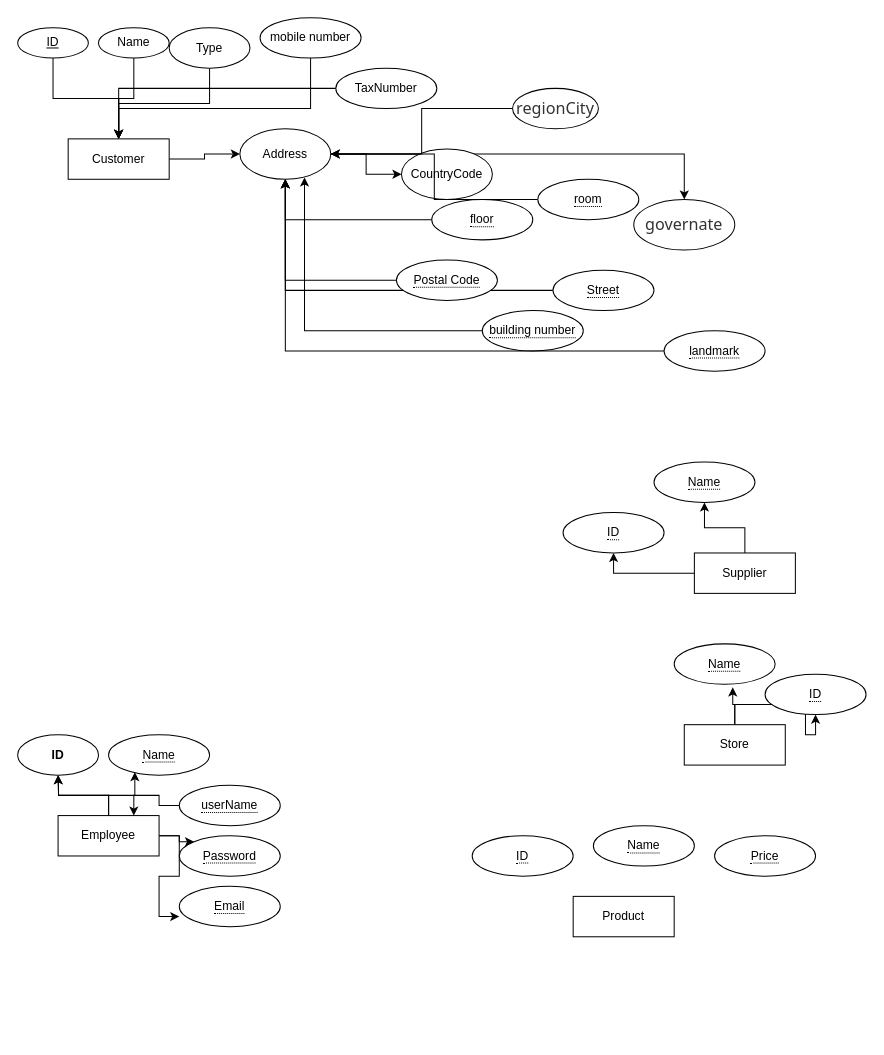
Above: Untitled Diagram.drawio in mohamed351/AlphaERP (draw.io), before the change. Source tidied: cells renumbered, new cells numbered last; positions are measured from the earlier drawing's top-left corner, leaving out a move shared by most shapes. Both pictures are drawn from the tidied source at 101%, with x=0, y=0 at pixel (17, 17).
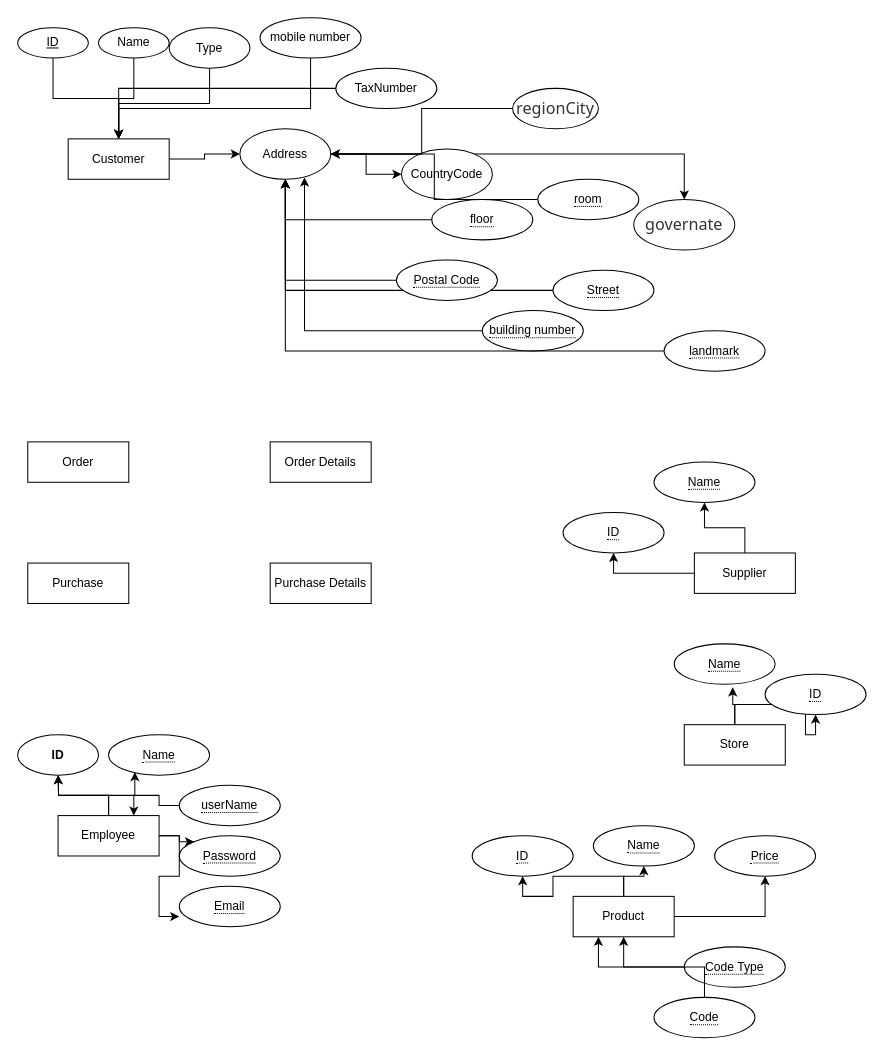
The same page after the edit.

The change refers to these unchanged cells:
```xml
<mxCell id="55" value="Product" style="whiteSpace=wrap;html=1;align=center;strokeColor=default;" parent="1" vertex="1">
  <mxGeometry x="550" y="870" width="100" height="40" as="geometry" />
</mxCell>
<mxCell id="56" value="&lt;span style=&quot;border-bottom: 1px dotted&quot;&gt;ID&lt;/span&gt;" style="ellipse;whiteSpace=wrap;html=1;align=center;strokeColor=default;" parent="1" vertex="1">
  <mxGeometry x="450" y="810" width="100" height="40" as="geometry" />
</mxCell>
<mxCell id="57" value="&lt;span style=&quot;border-bottom: 1px dotted&quot;&gt;Name&lt;/span&gt;" style="ellipse;whiteSpace=wrap;html=1;align=center;strokeColor=default;" parent="1" vertex="1">
  <mxGeometry x="570" y="800" width="100" height="40" as="geometry" />
</mxCell>
<mxCell id="58" value="&lt;span style=&quot;border-bottom: 1px dotted&quot;&gt;Price&lt;/span&gt;" style="ellipse;whiteSpace=wrap;html=1;align=center;strokeColor=default;" parent="1" vertex="1">
  <mxGeometry x="690" y="810" width="100" height="40" as="geometry" />
</mxCell>
```

Change to the diagram source:
```diff
@@
+    <mxCell id="59" style="edgeStyle=orthogonalEdgeStyle;rounded=0;jettySize=auto;html=1;entryX=0.5;entryY=1;entryDx=0;entryDy=0;" parent="1" edge="1" source="55" target="56">
+      <mxGeometry relative="1" as="geometry" />
+    </mxCell>
+    <mxCell id="60" style="edgeStyle=orthogonalEdgeStyle;rounded=0;jettySize=auto;html=1;entryX=0.5;entryY=1;entryDx=0;entryDy=0;" parent="1" edge="1" source="55" target="57">
+      <mxGeometry relative="1" as="geometry" />
+    </mxCell>
+    <mxCell id="61" style="edgeStyle=orthogonalEdgeStyle;rounded=0;jettySize=auto;html=1;entryX=0.5;entryY=1;entryDx=0;entryDy=0;" parent="1" edge="1" source="55" target="58">
+      <mxGeometry relative="1" as="geometry" />
+    </mxCell>
@@
+    <mxCell id="62" style="edgeStyle=orthogonalEdgeStyle;rounded=0;jettySize=auto;html=1;entryX=0.5;entryY=1;entryDx=0;entryDy=0;" parent="1" edge="1" source="63" target="55">
+      <mxGeometry relative="1" as="geometry" />
+    </mxCell>
+    <mxCell id="63" value="&lt;span style=&quot;border-bottom: 1px dotted&quot;&gt;Code Type&lt;/span&gt;" style="ellipse;whiteSpace=wrap;html=1;align=center;strokeColor=default;" parent="1" vertex="1">
+      <mxGeometry x="660" y="920" width="100" height="40" as="geometry" />
+    </mxCell>
+    <mxCell id="64" style="edgeStyle=orthogonalEdgeStyle;rounded=0;jettySize=auto;html=1;entryX=0.25;entryY=1;entryDx=0;entryDy=0;" parent="1" edge="1" source="65" target="55">
+      <mxGeometry relative="1" as="geometry" />
+    </mxCell>
+    <mxCell id="65" value="&lt;span style=&quot;border-bottom: 1px dotted&quot;&gt;Code&lt;/span&gt;" style="ellipse;whiteSpace=wrap;html=1;align=center;strokeColor=default;" parent="1" vertex="1">
+      <mxGeometry x="630" y="970" width="100" height="40" as="geometry" />
+    </mxCell>
+    <mxCell id="66" value="Order" style="whiteSpace=wrap;html=1;align=center;strokeColor=default;" parent="1" vertex="1">
+      <mxGeometry x="10" y="420" width="100" height="40" as="geometry" />
+    </mxCell>
+    <mxCell id="67" value="Order Details" style="whiteSpace=wrap;html=1;align=center;strokeColor=default;" parent="1" vertex="1">
+      <mxGeometry x="250" y="420" width="100" height="40" as="geometry" />
+    </mxCell>
+    <mxCell id="68" value="Purchase" style="whiteSpace=wrap;html=1;align=center;strokeColor=default;" parent="1" vertex="1">
+      <mxGeometry x="10" y="540" width="100" height="40" as="geometry" />
+    </mxCell>
+    <mxCell id="69" value="Purchase Details" style="whiteSpace=wrap;html=1;align=center;strokeColor=default;" parent="1" vertex="1">
+      <mxGeometry x="250" y="540" width="100" height="40" as="geometry" />
+    </mxCell>
```
